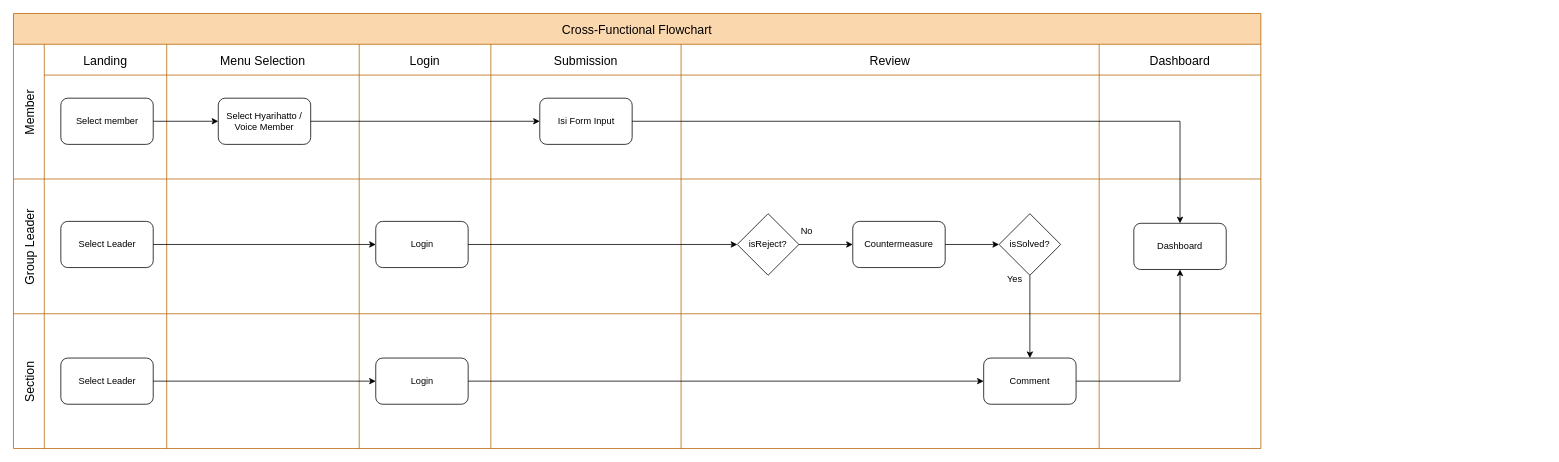
bagususwanto/think-forward keeps this draw.io diagram as page "Flow" (1 of 2) of sys_design/Flow_ERD.drawio. Above is the earlier version. Source tidied: cells renumbered, new cells numbered last; positions are measured from the earlier drawing's top-left corner, leaving out a move shared by most shapes. Both pictures are drawn from the tidied source at 77%, with x=0, y=0 at pixel (13, 13).
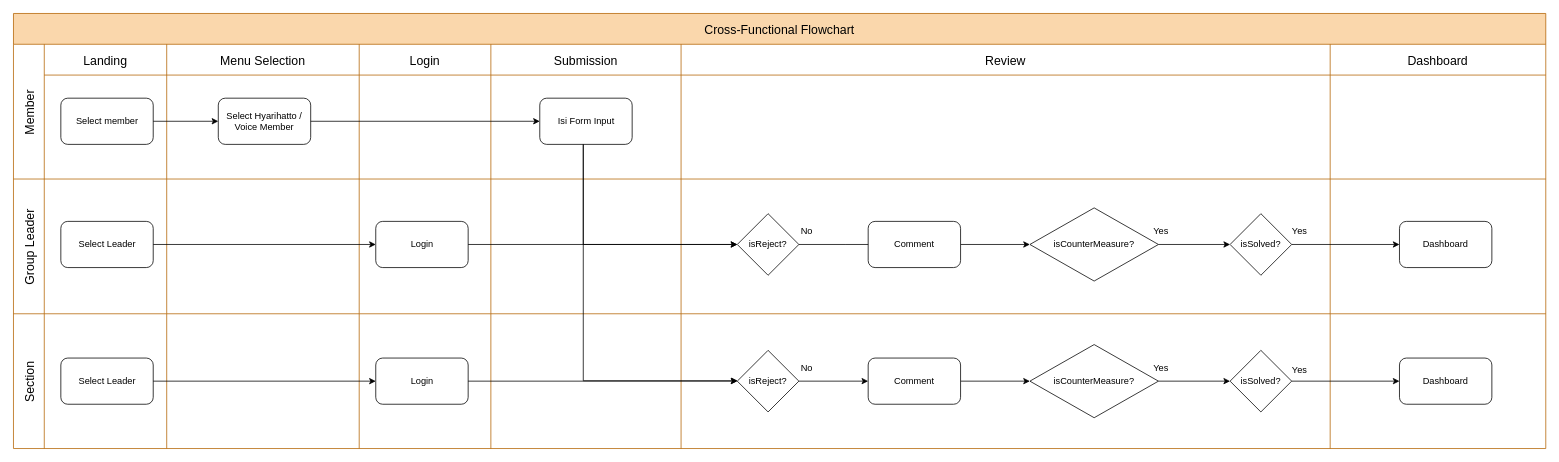
After the change.

Unchanged cells that the change refers to:
```xml
<mxCell id="10" value="Isi Form Input" style="rounded=1;whiteSpace=wrap;html=1;" parent="9" vertex="1">
  <mxGeometry x="63.5" y="70" width="120" height="60" as="geometry" />
</mxCell>
<mxCell id="26" value="isReject?" style="rhombus;whiteSpace=wrap;html=1;" parent="22" vertex="1">
  <mxGeometry x="73" y="45" width="80" height="80" as="geometry" />
</mxCell>
<mxCell id="38" value="Login" style="rounded=1;whiteSpace=wrap;html=1;" parent="37" vertex="1">
  <mxGeometry x="21.5" y="57.5" width="120" height="60" as="geometry" />
</mxCell>
```

What changed in the source:
```diff
@@
     <mxCell id="2" value="Cross-Functional Flowchart" style="shape=table;childLayout=tableLayout;startSize=40;fontSize=16;fillColor=#fad7ac;strokeColor=#b46504;" parent="1" vertex="1">
-      <mxGeometry width="1620" height="565" as="geometry" />
+      <mxGeometry width="1990" height="565" as="geometry" />
     </mxCell>
     <mxCell id="3" value="Member" style="shape=tableRow;horizontal=0;swimlaneHead=0;swimlaneBody=0;top=0;left=0;strokeColor=inherit;bottom=0;right=0;fontStyle=0;fillColor=none;startSize=40;fontSize=16;" parent="2" vertex="1">
-      <mxGeometry y="40" width="1620" height="175" as="geometry" />
+      <mxGeometry y="40" width="1990" height="175" as="geometry" />
     </mxCell>
@@
     <mxCell id="11" value="Review" style="swimlane;swimlaneHead=0;swimlaneBody=0;fontStyle=0;strokeColor=inherit;fillColor=none;startSize=40;fontSize=16;" parent="3" vertex="1">
-      <mxGeometry x="867" width="543" height="175" as="geometry" />
+      <mxGeometry x="867" width="843" height="175" as="geometry" />
     </mxCell>
     <mxCell id="12" value="Dashboard" style="swimlane;swimlaneHead=0;swimlaneBody=0;fontStyle=0;strokeColor=inherit;fillColor=none;startSize=40;fontSize=16;" parent="3" vertex="1">
-      <mxGeometry x="1410" width="210" height="175" as="geometry" />
+      <mxGeometry x="1710" width="280" height="175" as="geometry" />
     </mxCell>
@@
     <mxCell id="15" value="Group Leader" style="shape=tableRow;horizontal=0;swimlaneHead=0;swimlaneBody=0;top=0;left=0;strokeColor=inherit;bottom=0;right=0;fontStyle=0;fillColor=none;startSize=40;fontSize=16;" parent="2" vertex="1">
-      <mxGeometry y="215" width="1620" height="175" as="geometry" />
+      <mxGeometry y="215" width="1990" height="175" as="geometry" />
     </mxCell>
@@
     <mxCell id="22" style="swimlane;swimlaneHead=0;swimlaneBody=0;fontStyle=0;strokeColor=inherit;fillColor=none;startSize=0;fontSize=16;" parent="15" vertex="1">
-      <mxGeometry x="867" width="543" height="175" as="geometry" />
+      <mxGeometry x="867" width="843" height="175" as="geometry" />
     </mxCell>
-    <mxCell id="23" value="Countermeasure" style="whiteSpace=wrap;html=1;rounded=1;" parent="22" vertex="1">
-      <mxGeometry x="223" y="55" width="120" height="60" as="geometry" />
-    </mxCell>
-    <mxCell id="24" style="edgeStyle=orthogonalEdgeStyle;rounded=0;jettySize=auto;html=1;" parent="22" edge="1" source="23" target="27">
-      <mxGeometry relative="1" as="geometry" />
-    </mxCell>
-    <mxCell id="25" style="edgeStyle=orthogonalEdgeStyle;rounded=0;jettySize=auto;html=1;" parent="22" edge="1" source="26" target="23">
-      <mxGeometry relative="1" as="geometry" />
+    <mxCell id="25" style="edgeStyle=orthogonalEdgeStyle;rounded=0;jettySize=auto;html=1;" parent="22" edge="1" source="26">
+      <mxGeometry relative="1" as="geometry">
+        <mxPoint x="273" y="85" as="targetPoint" />
+      </mxGeometry>
     </mxCell>
@@
-    <mxCell id="27" value="isSolved?" style="rhombus;whiteSpace=wrap;html=1;" parent="22" vertex="1">
-      <mxGeometry x="413" y="45" width="80" height="80" as="geometry" />
-    </mxCell>
-    <mxCell id="28" value="Yes" style="text;html=1;align=center;verticalAlign=middle;strokeColor=none;fillColor=none;" parent="22" vertex="1">
-      <mxGeometry x="413" y="115" width="40" height="30" as="geometry" />
-    </mxCell>
+    <mxCell id="49" style="edgeStyle=orthogonalEdgeStyle;rounded=0;jettySize=auto;html=1;" parent="22" edge="1" source="54" target="52">
+      <mxGeometry relative="1" as="geometry" />
+    </mxCell>
+    <mxCell id="50" value="isSolved?" style="rhombus;whiteSpace=wrap;html=1;" parent="22" vertex="1">
+      <mxGeometry x="713" y="45" width="80" height="80" as="geometry" />
+    </mxCell>
+    <mxCell id="51" style="edgeStyle=orthogonalEdgeStyle;rounded=0;jettySize=auto;html=1;" parent="22" edge="1" source="52" target="50">
+      <mxGeometry relative="1" as="geometry" />
+    </mxCell>
+    <mxCell id="52" value="isCounterMeasure?" style="rhombus;whiteSpace=wrap;html=1;" parent="22" vertex="1">
+      <mxGeometry x="453" y="37.5" width="167" height="95" as="geometry" />
+    </mxCell>
+    <mxCell id="53" value="Yes" style="text;html=1;align=center;verticalAlign=middle;strokeColor=none;fillColor=none;" parent="22" vertex="1">
+      <mxGeometry x="603" y="53" width="40" height="30" as="geometry" />
+    </mxCell>
+    <mxCell id="54" value="Comment" style="rounded=1;whiteSpace=wrap;html=1;" parent="22" vertex="1">
+      <mxGeometry x="243" y="55" width="120" height="60" as="geometry" />
+    </mxCell>
     <mxCell id="29" style="swimlane;swimlaneHead=0;swimlaneBody=0;fontStyle=0;strokeColor=inherit;fillColor=none;startSize=0;fontSize=16;" parent="15" vertex="1">
-      <mxGeometry x="1410" width="210" height="175" as="geometry" />
+      <mxGeometry x="1710" width="280" height="175" as="geometry" />
     </mxCell>
     <mxCell id="30" value="Dashboard" style="whiteSpace=wrap;html=1;rounded=1;" parent="29" vertex="1">
-      <mxGeometry x="45" y="57.5" width="120" height="60" as="geometry" />
+      <mxGeometry x="90" y="55" width="120" height="60" as="geometry" />
     </mxCell>
@@
+    <mxCell id="55" style="edgeStyle=orthogonalEdgeStyle;rounded=0;jettySize=auto;html=1;" parent="15" edge="1" source="50" target="30">
+      <mxGeometry relative="1" as="geometry" />
+    </mxCell>
     <mxCell id="33" value="Section" style="shape=tableRow;horizontal=0;swimlaneHead=0;swimlaneBody=0;top=0;left=0;strokeColor=inherit;bottom=0;right=0;fontStyle=0;fillColor=none;startSize=40;fontSize=16;" parent="2" vertex="1">
-      <mxGeometry y="390" width="1620" height="175" as="geometry" />
+      <mxGeometry y="390" width="1990" height="175" as="geometry" />
     </mxCell>
-    <mxCell id="34" style="swimlane;swimlaneHead=0;swimlaneBody=0;fontStyle=0;strokeColor=inherit;fillColor=none;startSize=0;fontSize=16;" parent="33" vertex="1">
+    <mxCell id="34" style="swimlane;swimlaneHead=0;swimlaneBody=0;fontStyle=0;strokeColor=inherit;fillColor=default;startSize=0;fontSize=16;verticalAlign=middle;strokeWidth=1;" parent="33" vertex="1">
       <mxGeometry x="40" width="159" height="175" as="geometry" />
     </mxCell>
@@
     <mxCell id="40" style="swimlane;swimlaneHead=0;swimlaneBody=0;fontStyle=0;strokeColor=inherit;fillColor=none;startSize=0;fontSize=16;" parent="33" vertex="1">
-      <mxGeometry x="867" width="543" height="175" as="geometry" />
+      <mxGeometry x="867" width="843" height="175" as="geometry" />
     </mxCell>
+    <mxCell id="56" style="edgeStyle=orthogonalEdgeStyle;rounded=0;jettySize=auto;html=1;" parent="40" edge="1" source="41" target="61">
+      <mxGeometry relative="1" as="geometry" />
+    </mxCell>
+    <mxCell id="57" value="isReject?" style="rhombus;whiteSpace=wrap;html=1;" parent="40" vertex="1">
+      <mxGeometry x="73" y="47.5" width="80" height="80" as="geometry" />
+    </mxCell>
+    <mxCell id="58" value="isSolved?" style="rhombus;whiteSpace=wrap;html=1;" parent="40" vertex="1">
+      <mxGeometry x="713" y="47.5" width="80" height="80" as="geometry" />
+    </mxCell>
+    <mxCell id="59" value="Yes" style="text;html=1;align=center;verticalAlign=middle;strokeColor=none;fillColor=none;" parent="40" vertex="1">
+      <mxGeometry x="783" y="57.5" width="40" height="30" as="geometry" />
+    </mxCell>
+    <mxCell id="60" style="edgeStyle=orthogonalEdgeStyle;rounded=0;jettySize=auto;html=1;" parent="40" edge="1" source="61" target="58">
+      <mxGeometry relative="1" as="geometry" />
+    </mxCell>
+    <mxCell id="61" value="isCounterMeasure?" style="rhombus;whiteSpace=wrap;html=1;" parent="40" vertex="1">
+      <mxGeometry x="453" y="40" width="167" height="95" as="geometry" />
+    </mxCell>
+    <mxCell id="62" value="No" style="text;html=1;align=center;verticalAlign=middle;strokeColor=none;fillColor=none;" parent="40" vertex="1">
+      <mxGeometry x="143" y="55.5" width="40" height="30" as="geometry" />
+    </mxCell>
+    <mxCell id="63" value="Yes" style="text;html=1;align=center;verticalAlign=middle;strokeColor=none;fillColor=none;" parent="40" vertex="1">
+      <mxGeometry x="603" y="55.5" width="40" height="30" as="geometry" />
+    </mxCell>
     <mxCell id="41" value="Comment" style="rounded=1;whiteSpace=wrap;html=1;" parent="40" vertex="1">
-      <mxGeometry x="393" y="57.5" width="120" height="60" as="geometry" />
+      <mxGeometry x="243" y="57.5" width="120" height="60" as="geometry" />
     </mxCell>
+    <mxCell id="64" style="edgeStyle=orthogonalEdgeStyle;rounded=0;jettySize=auto;html=1;" parent="40" edge="1" source="57" target="41">
+      <mxGeometry relative="1" as="geometry" />
+    </mxCell>
     <mxCell id="42" style="swimlane;swimlaneHead=0;swimlaneBody=0;fontStyle=0;strokeColor=inherit;fillColor=none;startSize=0;fontSize=16;" parent="33" vertex="1">
-      <mxGeometry x="1410" width="210" height="175" as="geometry" />
+      <mxGeometry x="1710" width="280" height="175" as="geometry" />
     </mxCell>
+    <mxCell id="65" value="Dashboard" style="whiteSpace=wrap;html=1;rounded=1;" parent="42" vertex="1">
+      <mxGeometry x="90" y="57.5" width="120" height="60" as="geometry" />
+    </mxCell>
@@
-    <mxCell id="44" style="edgeStyle=orthogonalEdgeStyle;rounded=0;jettySize=auto;html=1;" parent="33" edge="1" source="38" target="41">
+    <mxCell id="44" style="edgeStyle=orthogonalEdgeStyle;rounded=0;jettySize=auto;html=1;" parent="33" edge="1" source="38" target="57">
       <mxGeometry relative="1" as="geometry" />
     </mxCell>
-    <mxCell id="45" style="edgeStyle=orthogonalEdgeStyle;rounded=0;jettySize=auto;html=1;" parent="2" edge="1" source="41" target="30">
+    <mxCell id="45" style="edgeStyle=orthogonalEdgeStyle;rounded=0;jettySize=auto;html=1;" parent="33" edge="1" source="58" target="65">
       <mxGeometry relative="1" as="geometry" />
     </mxCell>
-    <mxCell id="46" style="edgeStyle=orthogonalEdgeStyle;rounded=0;jettySize=auto;html=1;" parent="2" edge="1" source="10" target="30">
-      <mxGeometry relative="1" as="geometry" />
+    <mxCell id="46" style="edgeStyle=orthogonalEdgeStyle;rounded=0;jettySize=auto;html=1;" parent="2" edge="1" source="10" target="26">
+      <mxGeometry relative="1" as="geometry">
+        <Array as="points">
+          <mxPoint x="740" y="300" />
+        </Array>
+      </mxGeometry>
     </mxCell>
-    <mxCell id="47" style="edgeStyle=orthogonalEdgeStyle;rounded=0;jettySize=auto;html=1;" parent="2" edge="1" source="27" target="41">
-      <mxGeometry relative="1" as="geometry">
-        <Array as="points">
-          <mxPoint x="1320" y="400" />
-          <mxPoint x="1320" y="400" />
-        </Array>
-      </mxGeometry>
-    </mxCell>
+    <mxCell id="66" style="edgeStyle=orthogonalEdgeStyle;rounded=0;jettySize=auto;html=1;" parent="2" edge="1" source="10" target="57">
+      <mxGeometry relative="1" as="geometry">
+        <Array as="points">
+          <mxPoint x="740" y="477" />
+        </Array>
+      </mxGeometry>
+    </mxCell>
@@
+    <mxCell id="67" value="Yes" style="text;html=1;align=center;verticalAlign=middle;strokeColor=none;fillColor=none;" parent="1" vertex="1">
+      <mxGeometry x="1650" y="268" width="40" height="30" as="geometry" />
+    </mxCell>
```
